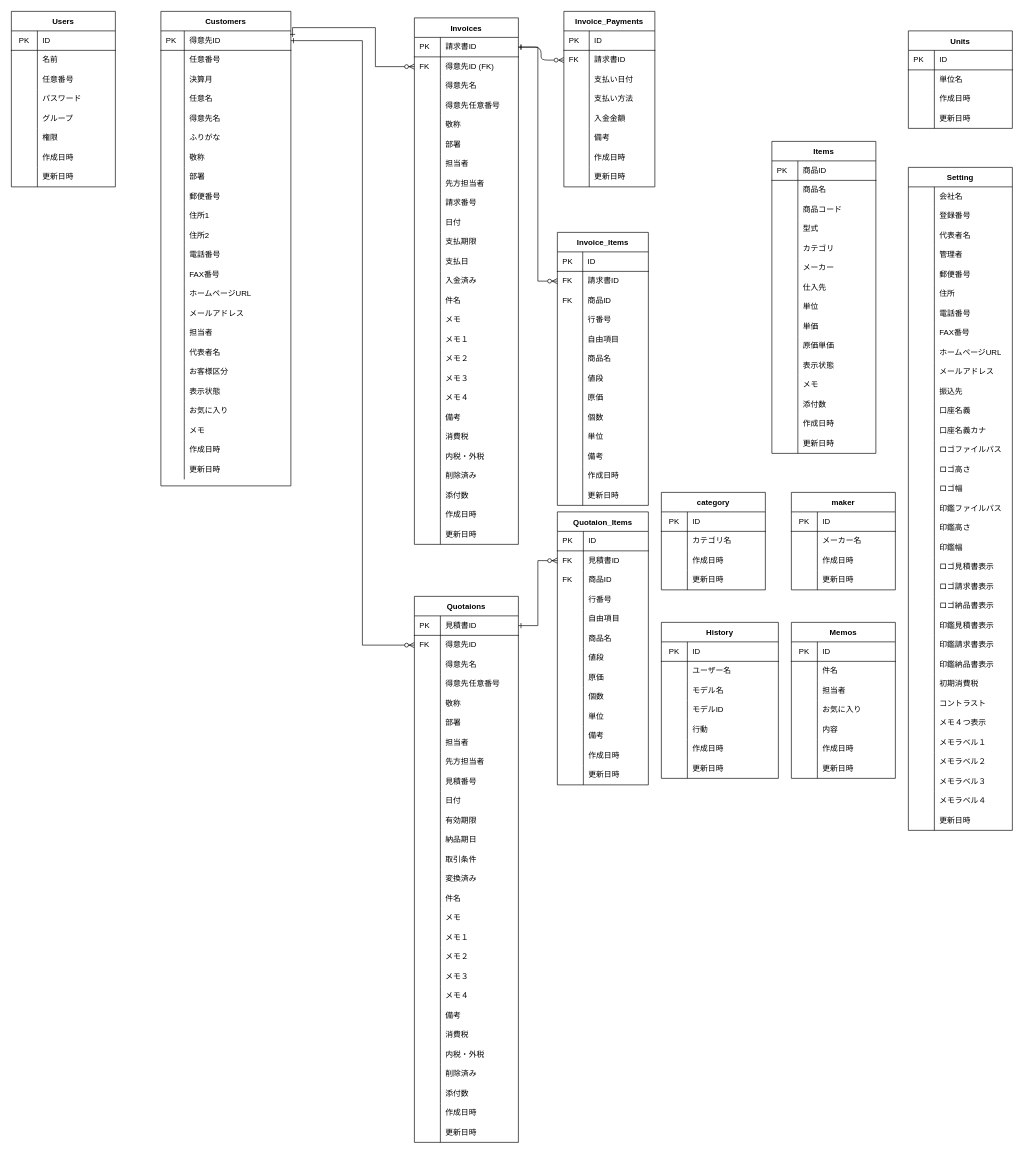
gamasenninn/caddie-clone keeps this draw.io diagram as soho_er.dio. Above is the earlier version. Source tidied: cells renumbered, new cells numbered last; positions are measured from the earlier drawing's top-left corner, leaving out a move shared by most shapes. Both pictures are drawn from the tidied source at 65%, with x=0, y=0 at pixel (11, 11).
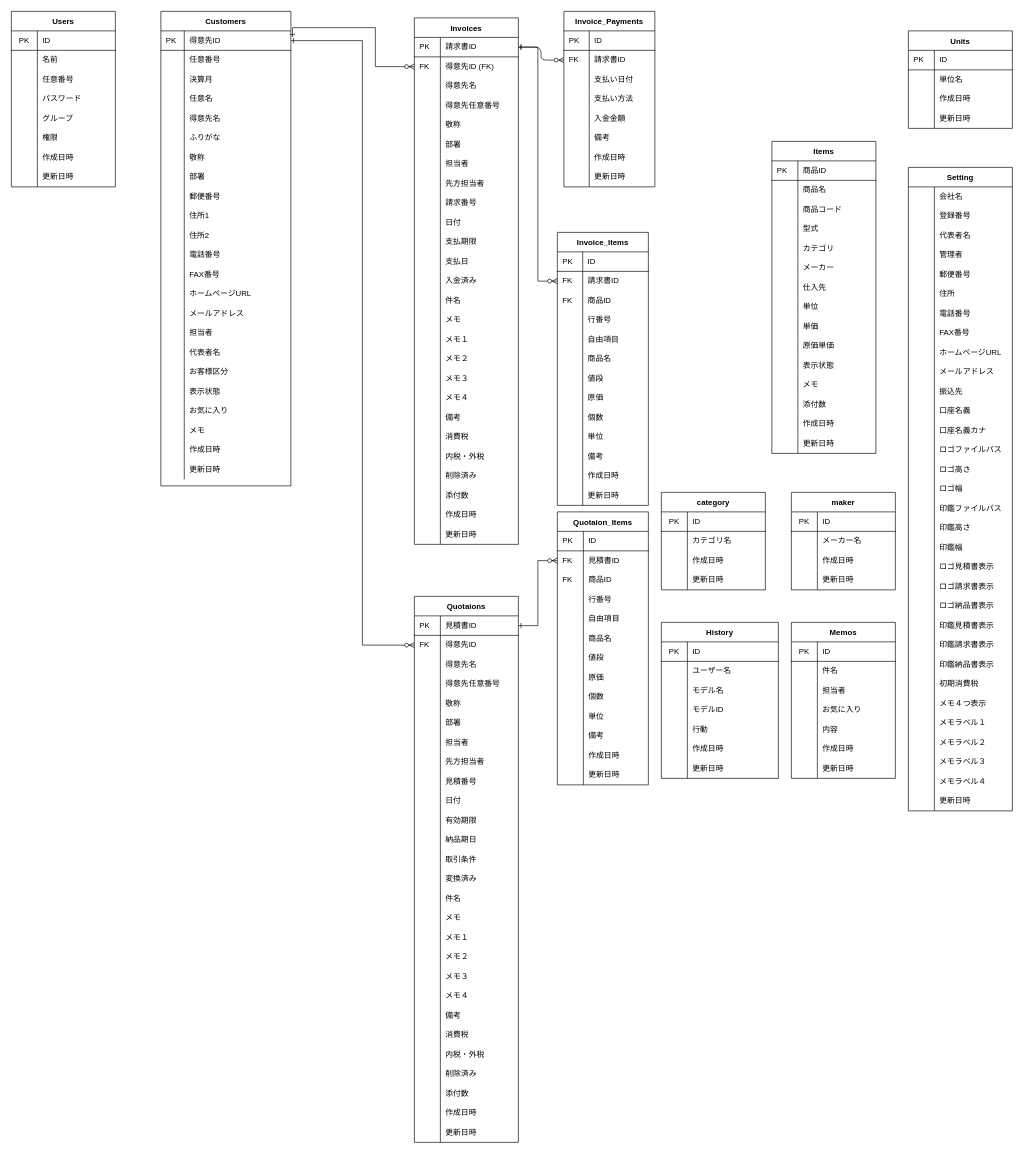
The same page after the edit.

Diff of the diagram source:
```diff
@@
     <mxCell id="372" value="Setting" style="shape=table;startSize=30;childLayout=tableLayout;rowLines=0;fontStyle=1;align=center;" parent="1" vertex="1">
-      <mxGeometry x="1380" y="240" width="160" height="1020" as="geometry" />
+      <mxGeometry x="1380" y="240" width="160" height="990" as="geometry" />
     </mxCell>
@@
-    <mxCell id="451" style="shape=partialRectangle;html=1;whiteSpace=wrap;fillColor=none;top=0;left=0;bottom=0;right=0;" parent="372" vertex="1">
-      <mxGeometry y="810" width="160" height="30" as="geometry" />
-    </mxCell>
-    <mxCell id="452" style="shape=partialRectangle;html=1;whiteSpace=wrap;fillColor=none;top=0;left=0;bottom=0;right=0;align=left;spacingLeft=6;overflow=hidden;" parent="451" vertex="1">
-      <mxGeometry width="40" height="30" as="geometry" />
-    </mxCell>
-    <mxCell id="453" value="コントラスト" style="shape=partialRectangle;html=1;whiteSpace=wrap;fillColor=none;top=0;left=0;bottom=0;right=0;align=left;spacingLeft=6;overflow=hidden;" parent="451" vertex="1">
-      <mxGeometry x="40" width="120" height="30" as="geometry" />
-    </mxCell>
     <mxCell id="454" style="shape=partialRectangle;html=1;whiteSpace=wrap;fillColor=none;top=0;left=0;bottom=0;right=0;" parent="372" vertex="1">
-      <mxGeometry y="840" width="160" height="30" as="geometry" />
+      <mxGeometry y="810" width="160" height="30" as="geometry" />
     </mxCell>
@@
     <mxCell id="457" style="shape=partialRectangle;html=1;whiteSpace=wrap;fillColor=none;top=0;left=0;bottom=0;right=0;" parent="372" vertex="1">
-      <mxGeometry y="870" width="160" height="30" as="geometry" />
+      <mxGeometry y="840" width="160" height="30" as="geometry" />
     </mxCell>
@@
     <mxCell id="460" style="shape=partialRectangle;html=1;whiteSpace=wrap;fillColor=none;top=0;left=0;bottom=0;right=0;" parent="372" vertex="1">
-      <mxGeometry y="900" width="160" height="30" as="geometry" />
+      <mxGeometry y="870" width="160" height="30" as="geometry" />
     </mxCell>
@@
     <mxCell id="463" style="shape=partialRectangle;html=1;whiteSpace=wrap;fillColor=none;top=0;left=0;bottom=0;right=0;" parent="372" vertex="1">
-      <mxGeometry y="930" width="160" height="30" as="geometry" />
+      <mxGeometry y="900" width="160" height="30" as="geometry" />
     </mxCell>
@@
     <mxCell id="466" style="shape=partialRectangle;html=1;whiteSpace=wrap;fillColor=none;top=0;left=0;bottom=0;right=0;" parent="372" vertex="1">
-      <mxGeometry y="960" width="160" height="30" as="geometry" />
+      <mxGeometry y="930" width="160" height="30" as="geometry" />
     </mxCell>
@@
     <mxCell id="469" style="shape=partialRectangle;html=1;whiteSpace=wrap;fillColor=none;top=0;left=0;bottom=0;right=0;" parent="372" vertex="1">
-      <mxGeometry y="990" width="160" height="30" as="geometry" />
+      <mxGeometry y="960" width="160" height="30" as="geometry" />
     </mxCell>
```
